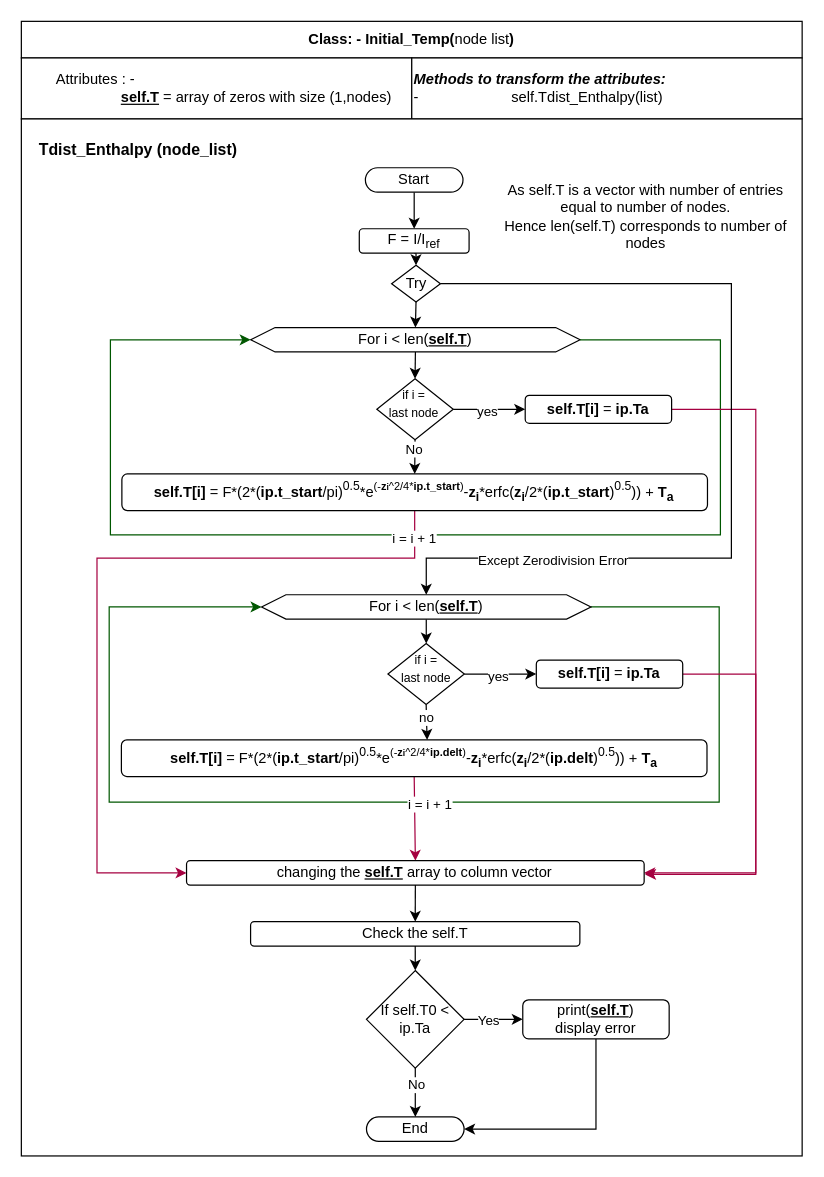
Above: .drawio in okolekar/PPP (draw.io), before the change. Source tidied: cells renumbered, new cells numbered last; positions are measured from the earlier drawing's top-left corner, leaving out a move shared by most shapes. Both pictures are drawn from the tidied source at 122%, with x=0, y=0 at pixel (21, 21).
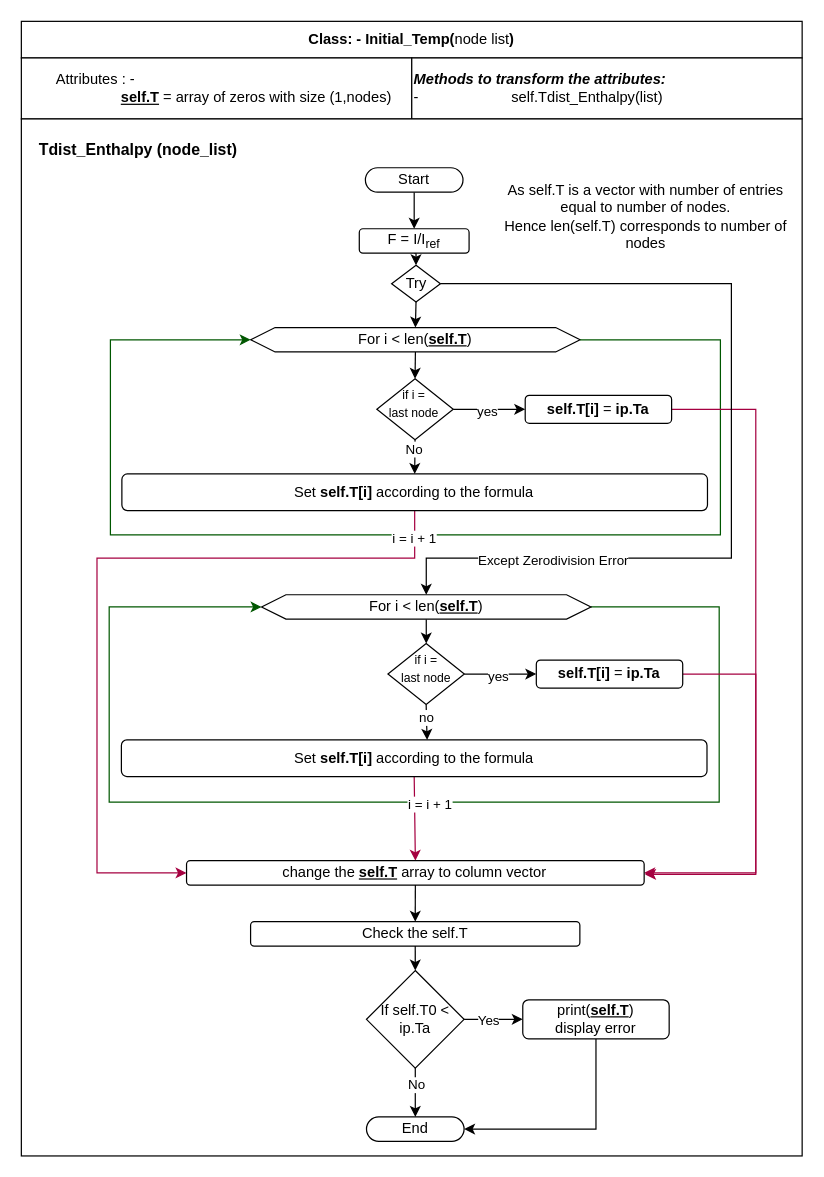
Above is the later version.

What changed in the source:
```diff
@@
-    <mxCell id="15" value="&lt;b&gt;self.T[i]&lt;/b&gt; = F*(2*(&lt;b&gt;ip.t_start&lt;/b&gt;/pi)&lt;sup&gt;0.5&lt;/sup&gt;*e&lt;sup style=&quot;&quot;&gt;&lt;span style=&quot;font-size: 9px;&quot;&gt;(-&lt;b&gt;z&lt;/b&gt;&lt;/span&gt;&lt;font style=&quot;font-size: 7px;&quot;&gt;&lt;b&gt;i&lt;/b&gt;&lt;/font&gt;&lt;span style=&quot;font-size: 9px;&quot;&gt;^2/4*&lt;b&gt;ip.t_start&lt;/b&gt;)&lt;/span&gt;&lt;/sup&gt;-&lt;b&gt;z&lt;sub&gt;i&lt;/sub&gt;&lt;/b&gt;*erfc(&lt;b&gt;z&lt;sub&gt;i&lt;/sub&gt;&lt;/b&gt;/2*(&lt;b&gt;ip.t_start&lt;/b&gt;)&lt;sup&gt;0.5&lt;/sup&gt;)) + &lt;b&gt;T&lt;sub&gt;a&lt;/sub&gt;&lt;/b&gt;" style="rounded=1;whiteSpace=wrap;html=1;" parent="1" vertex="1">
+    <mxCell id="15" value="Set&lt;b&gt; self.T[i] &lt;/b&gt;according to the formula" style="rounded=1;whiteSpace=wrap;html=1;" parent="1" vertex="1">
       <mxGeometry x="82.4" y="371" width="480" height="30" as="geometry" />
     </mxCell>
@@
-    <mxCell id="17" value="&lt;b&gt;self.T[i]&lt;/b&gt; = F*(2*(&lt;b&gt;ip.t_start&lt;/b&gt;/pi)&lt;sup&gt;0.5&lt;/sup&gt;*e&lt;sup style=&quot;&quot;&gt;&lt;span style=&quot;font-size: 9px;&quot;&gt;(-&lt;b&gt;z&lt;/b&gt;&lt;/span&gt;&lt;font style=&quot;font-size: 7px;&quot;&gt;&lt;b&gt;i&lt;/b&gt;&lt;/font&gt;&lt;span style=&quot;font-size: 9px;&quot;&gt;^2/4*&lt;b&gt;ip.delt&lt;/b&gt;)&lt;/span&gt;&lt;/sup&gt;-&lt;b&gt;z&lt;sub&gt;i&lt;/sub&gt;&lt;/b&gt;*erfc(&lt;b&gt;z&lt;sub&gt;i&lt;/sub&gt;&lt;/b&gt;/2*(&lt;b&gt;ip.delt&lt;/b&gt;)&lt;sup&gt;0.5&lt;/sup&gt;)) + &lt;b&gt;T&lt;sub&gt;a&lt;/sub&gt;&lt;/b&gt;" style="rounded=1;whiteSpace=wrap;html=1;" parent="1" vertex="1">
+    <mxCell id="17" value="Set&lt;b style=&quot;border-color: var(--border-color);&quot;&gt;&amp;nbsp;self.T[i]&amp;nbsp;&lt;/b&gt;according to the formula" style="rounded=1;whiteSpace=wrap;html=1;" parent="1" vertex="1">
       <mxGeometry x="82" y="589" width="480" height="30" as="geometry" />
     </mxCell>
@@
-    <mxCell id="41" value="changing the &lt;b&gt;&lt;u&gt;self.T&lt;/u&gt;&lt;/b&gt; array to column vector" style="rounded=1;whiteSpace=wrap;html=1;" parent="1" vertex="1">
+    <mxCell id="41" value="change the &lt;b&gt;&lt;u&gt;self.T&lt;/u&gt;&lt;/b&gt; array to column vector" style="rounded=1;whiteSpace=wrap;html=1;" parent="1" vertex="1">
       <mxGeometry x="135.4" y="688" width="375.1" height="20" as="geometry" />
     </mxCell>
```
